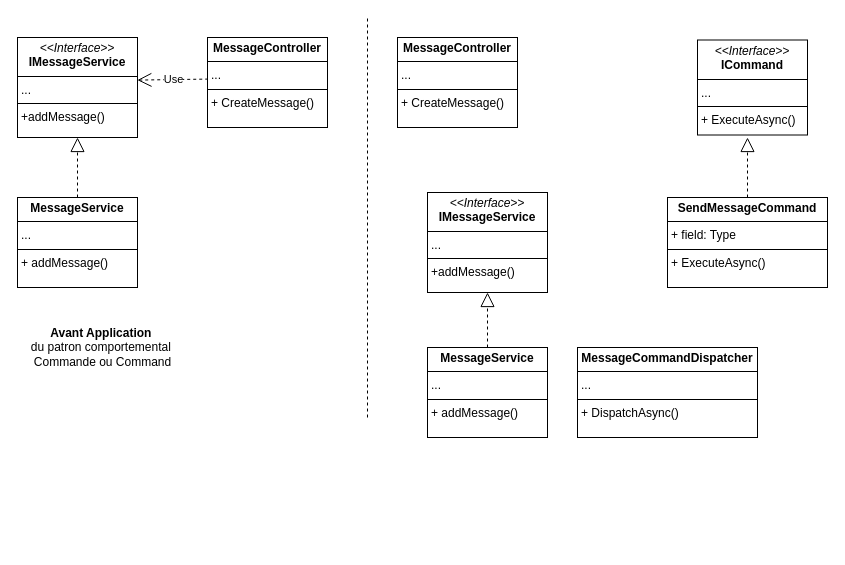
Before: Command.drawio in filali6/meeting_app, a draw.io diagram. Source tidied: cells renumbered, new cells numbered last; positions are measured from the earlier drawing's top-left corner, leaving out a move shared by most shapes. Both pictures are drawn from the tidied source at 100%, with x=0, y=0 at pixel (17, 17).
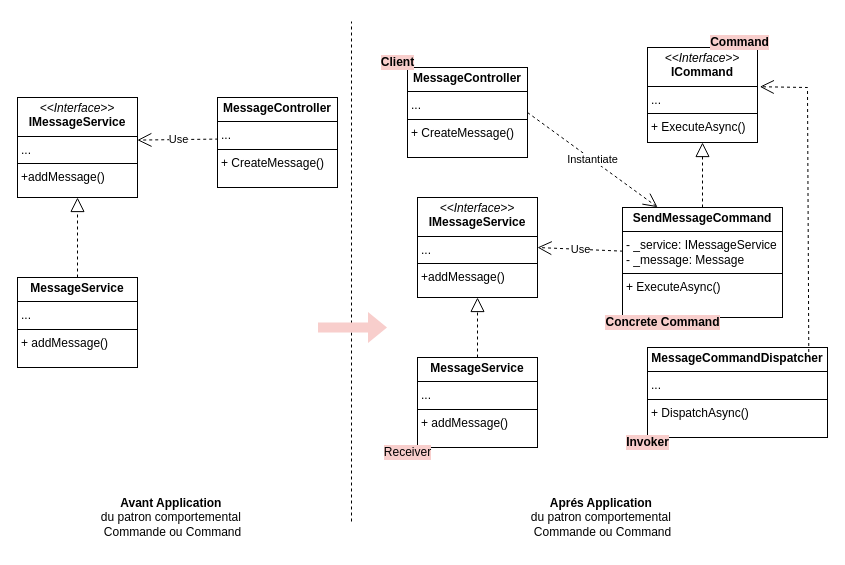
The same page after the edit.

Commit message:
Mettre à jour Command.drawio

The edit, as a diff of the source:
```diff
@@
     <mxCell id="2" value="&lt;p style=&quot;margin:0px;margin-top:4px;text-align:center;&quot;&gt;&lt;i&gt;&amp;lt;&amp;lt;Interface&amp;gt;&amp;gt;&lt;/i&gt;&lt;br&gt;&lt;b&gt;IMessageService&lt;/b&gt;&lt;/p&gt;&lt;hr size=&quot;1&quot; style=&quot;border-style:solid;&quot;&gt;&lt;p style=&quot;margin:0px;margin-left:4px;&quot;&gt;...&lt;/p&gt;&lt;hr size=&quot;1&quot; style=&quot;border-style:solid;&quot;&gt;&lt;p style=&quot;margin:0px;margin-left:4px;&quot;&gt;+addMessage()&lt;/p&gt;" style="verticalAlign=top;align=left;overflow=fill;html=1;whiteSpace=wrap;" parent="1" vertex="1">
-      <mxGeometry y="20" width="120" height="100" as="geometry" />
+      <mxGeometry y="80" width="120" height="100" as="geometry" />
     </mxCell>
     <mxCell id="3" value="&lt;p style=&quot;margin:0px;margin-top:4px;text-align:center;&quot;&gt;&lt;b&gt;MessageService&lt;/b&gt;&lt;/p&gt;&lt;hr size=&quot;1&quot; style=&quot;border-style:solid;&quot;&gt;&lt;p style=&quot;margin:0px;margin-left:4px;&quot;&gt;...&lt;/p&gt;&lt;hr size=&quot;1&quot; style=&quot;border-style:solid;&quot;&gt;&lt;p style=&quot;margin:0px;margin-left:4px;&quot;&gt;+ addMessage()&lt;/p&gt;" style="verticalAlign=top;align=left;overflow=fill;html=1;whiteSpace=wrap;" parent="1" vertex="1">
-      <mxGeometry y="180" width="120" height="90" as="geometry" />
+      <mxGeometry y="260" width="120" height="90" as="geometry" />
     </mxCell>
@@
     <mxCell id="6" value="&lt;p style=&quot;margin:0px;margin-top:4px;text-align:center;&quot;&gt;&lt;b&gt;MessageController&lt;/b&gt;&lt;/p&gt;&lt;hr size=&quot;1&quot; style=&quot;border-style:solid;&quot;&gt;&lt;p style=&quot;margin:0px;margin-left:4px;&quot;&gt;...&lt;/p&gt;&lt;hr size=&quot;1&quot; style=&quot;border-style:solid;&quot;&gt;&lt;p style=&quot;margin:0px;margin-left:4px;&quot;&gt;+ CreateMessage()&lt;/p&gt;" style="verticalAlign=top;align=left;overflow=fill;html=1;whiteSpace=wrap;" parent="1" vertex="1">
-      <mxGeometry x="190" y="20" width="120" height="90" as="geometry" />
+      <mxGeometry x="200" y="80" width="120" height="90" as="geometry" />
     </mxCell>
     <mxCell id="7" value="&lt;b&gt;Avant Application&amp;nbsp;&lt;/b&gt;&lt;br&gt;du patron comportemental&amp;nbsp;&lt;br&gt;Commande ou Command" style="text;align=center;verticalAlign=middle;strokeColor=none;fillColor=none;fontStyle=0;html=1;" parent="1" vertex="1">
-      <mxGeometry y="300" width="170" height="60" as="geometry" />
+      <mxGeometry x="70" y="470" width="170" height="60" as="geometry" />
     </mxCell>
     <mxCell id="8" style="endArrow=none;dashed=1;html=1;rounded=0;" parent="1" edge="1">
       <mxGeometry relative="1" as="geometry">
-        <mxPoint x="350" y="400" as="sourcePoint" />
-        <mxPoint x="350" as="targetPoint" />
+        <mxPoint x="334" y="504" as="sourcePoint" />
+        <mxPoint x="334" y="4" as="targetPoint" />
       </mxGeometry>
     </mxCell>
     <mxCell id="9" value="&lt;p style=&quot;margin:0px;margin-top:4px;text-align:center;&quot;&gt;&lt;b&gt;MessageController&lt;/b&gt;&lt;/p&gt;&lt;hr size=&quot;1&quot; style=&quot;border-style:solid;&quot;&gt;&lt;p style=&quot;margin:0px;margin-left:4px;&quot;&gt;...&lt;/p&gt;&lt;hr size=&quot;1&quot; style=&quot;border-style:solid;&quot;&gt;&lt;p style=&quot;margin:0px;margin-left:4px;&quot;&gt;+ CreateMessage()&lt;/p&gt;" style="verticalAlign=top;align=left;overflow=fill;html=1;whiteSpace=wrap;" parent="1" vertex="1">
-      <mxGeometry x="380" y="20" width="120" height="90" as="geometry" />
+      <mxGeometry x="390" y="50" width="120" height="90" as="geometry" />
     </mxCell>
     <mxCell id="10" value="&lt;p style=&quot;margin:0px;margin-top:4px;text-align:center;&quot;&gt;&lt;i&gt;&amp;lt;&amp;lt;Interface&amp;gt;&amp;gt;&lt;/i&gt;&lt;br&gt;&lt;b&gt;IMessageService&lt;/b&gt;&lt;/p&gt;&lt;hr size=&quot;1&quot; style=&quot;border-style:solid;&quot;&gt;&lt;p style=&quot;margin:0px;margin-left:4px;&quot;&gt;...&lt;/p&gt;&lt;hr size=&quot;1&quot; style=&quot;border-style:solid;&quot;&gt;&lt;p style=&quot;margin:0px;margin-left:4px;&quot;&gt;+addMessage()&lt;/p&gt;" style="verticalAlign=top;align=left;overflow=fill;html=1;whiteSpace=wrap;" parent="1" vertex="1">
-      <mxGeometry x="410" y="175" width="120" height="100" as="geometry" />
+      <mxGeometry x="400" y="180" width="120" height="100" as="geometry" />
     </mxCell>
     <mxCell id="11" value="&lt;p style=&quot;margin:0px;margin-top:4px;text-align:center;&quot;&gt;&lt;b&gt;MessageService&lt;/b&gt;&lt;/p&gt;&lt;hr size=&quot;1&quot; style=&quot;border-style:solid;&quot;&gt;&lt;p style=&quot;margin:0px;margin-left:4px;&quot;&gt;...&lt;/p&gt;&lt;hr size=&quot;1&quot; style=&quot;border-style:solid;&quot;&gt;&lt;p style=&quot;margin:0px;margin-left:4px;&quot;&gt;+ addMessage()&lt;/p&gt;" style="verticalAlign=top;align=left;overflow=fill;html=1;whiteSpace=wrap;" parent="1" vertex="1">
-      <mxGeometry x="410" y="330" width="120" height="90" as="geometry" />
+      <mxGeometry x="400" y="340" width="120" height="90" as="geometry" />
     </mxCell>
     <mxCell id="12" value="&lt;p style=&quot;margin:0px;margin-top:4px;text-align:center;&quot;&gt;&lt;i&gt;&amp;lt;&amp;lt;Interface&amp;gt;&amp;gt;&lt;/i&gt;&lt;br&gt;&lt;b&gt;ICommand&lt;/b&gt;&lt;/p&gt;&lt;hr size=&quot;1&quot; style=&quot;border-style:solid;&quot;&gt;&lt;p style=&quot;margin:0px;margin-left:4px;&quot;&gt;...&lt;/p&gt;&lt;hr size=&quot;1&quot; style=&quot;border-style:solid;&quot;&gt;&lt;p style=&quot;margin:0px;margin-left:4px;&quot;&gt;+&amp;nbsp;&lt;span style=&quot;background-color: transparent; color: light-dark(rgb(0, 0, 0), rgb(255, 255, 255));&quot;&gt;ExecuteAsync()&lt;/span&gt;&lt;/p&gt;" style="verticalAlign=top;align=left;overflow=fill;html=1;whiteSpace=wrap;" parent="1" vertex="1">
-      <mxGeometry x="680" y="22.5" width="110" height="95" as="geometry" />
+      <mxGeometry x="630" y="30" width="110" height="95" as="geometry" />
     </mxCell>
-    <mxCell id="13" value="&lt;p style=&quot;margin:0px;margin-top:4px;text-align:center;&quot;&gt;&lt;b&gt;SendMessageCommand&lt;/b&gt;&lt;/p&gt;&lt;hr size=&quot;1&quot; style=&quot;border-style:solid;&quot;&gt;&lt;p style=&quot;margin:0px;margin-left:4px;&quot;&gt;+ field: Type&lt;/p&gt;&lt;hr size=&quot;1&quot; style=&quot;border-style:solid;&quot;&gt;&lt;p style=&quot;margin:0px;margin-left:4px;&quot;&gt;+ ExecuteAsync()&amp;nbsp;&lt;/p&gt;" style="verticalAlign=top;align=left;overflow=fill;html=1;whiteSpace=wrap;" parent="1" vertex="1">
-      <mxGeometry x="650" y="180" width="160" height="90" as="geometry" />
+    <mxCell id="13" value="&lt;p style=&quot;margin:0px;margin-top:4px;text-align:center;&quot;&gt;&lt;b&gt;SendMessageCommand&lt;/b&gt;&lt;/p&gt;&lt;hr size=&quot;1&quot; style=&quot;border-style:solid;&quot;&gt;&lt;p style=&quot;margin:0px;margin-left:4px;&quot;&gt;- _service: IMessageService&lt;/p&gt;&lt;p style=&quot;margin:0px;margin-left:4px;&quot;&gt;- _message: Message&lt;/p&gt;&lt;hr size=&quot;1&quot; style=&quot;border-style:solid;&quot;&gt;&lt;p style=&quot;margin:0px;margin-left:4px;&quot;&gt;+ ExecuteAsync()&amp;nbsp;&lt;/p&gt;" style="verticalAlign=top;align=left;overflow=fill;html=1;whiteSpace=wrap;" parent="1" vertex="1">
+      <mxGeometry x="605" y="190" width="160" height="110" as="geometry" />
     </mxCell>
     <mxCell id="14" value="&lt;p style=&quot;margin:0px;margin-top:4px;text-align:center;&quot;&gt;&lt;b&gt;MessageCommandDispatcher&lt;/b&gt;&lt;/p&gt;&lt;hr size=&quot;1&quot; style=&quot;border-style:solid;&quot;&gt;&lt;p style=&quot;margin:0px;margin-left:4px;&quot;&gt;...&lt;/p&gt;&lt;hr size=&quot;1&quot; style=&quot;border-style:solid;&quot;&gt;&lt;p style=&quot;margin:0px;margin-left:4px;&quot;&gt;+ DispatchAsync()&lt;/p&gt;" style="verticalAlign=top;align=left;overflow=fill;html=1;whiteSpace=wrap;" parent="1" vertex="1">
-      <mxGeometry x="560" y="330" width="180" height="90" as="geometry" />
+      <mxGeometry x="630" y="330" width="180" height="90" as="geometry" />
     </mxCell>
-    <mxCell id="15" style="endArrow=block;dashed=1;endFill=0;endSize=12;html=1;rounded=0;exitX=0.5;exitY=0;exitDx=0;exitDy=0;" parent="1" edge="1" source="13">
-      <mxGeometry relative="1" as="geometry">
-        <mxPoint x="730" y="120" as="targetPoint" />
-      </mxGeometry>
+    <mxCell id="15" style="endArrow=block;dashed=1;endFill=0;endSize=12;html=1;rounded=0;exitX=0.5;exitY=0;exitDx=0;exitDy=0;entryX=0.5;entryY=1;entryDx=0;entryDy=0;" parent="1" edge="1" source="13" target="12">
+      <mxGeometry relative="1" as="geometry" />
     </mxCell>
@@
+    <mxCell id="17" value="Use" style="endArrow=open;endSize=12;dashed=1;html=1;rounded=0;exitX=0.003;exitY=0.397;exitDx=0;exitDy=0;exitPerimeter=0;entryX=1;entryY=0.5;entryDx=0;entryDy=0;" parent="1" edge="1" source="13" target="10">
+      <mxGeometry relative="1" as="geometry" />
+    </mxCell>
+    <mxCell id="18" value="Instantiate" style="endArrow=open;endSize=12;dashed=1;html=1;rounded=0;exitX=1;exitY=0.5;exitDx=0;exitDy=0;entryX=0.219;entryY=-0.003;entryDx=0;entryDy=0;entryPerimeter=0;" parent="1" edge="1" source="9" target="13">
+      <mxGeometry relative="1" as="geometry" />
+    </mxCell>
+    <mxCell id="19" style="endArrow=open;endSize=12;dashed=1;html=1;rounded=0;exitX=0.896;exitY=0.05;exitDx=0;exitDy=0;exitPerimeter=0;entryX=1.021;entryY=0.413;entryDx=0;entryDy=0;entryPerimeter=0;" parent="1" edge="1" source="14" target="12">
+      <mxGeometry x="-0.08" y="26" relative="1" as="geometry">
+        <Array as="points">
+          <mxPoint x="790" y="70" />
+        </Array>
+      </mxGeometry>
+    </mxCell>
+    <mxCell id="20" value="&lt;b&gt;Aprés Application&amp;nbsp;&lt;/b&gt;&lt;br&gt;du patron comportemental&amp;nbsp;&lt;br&gt;Commande ou Command" style="text;align=center;verticalAlign=middle;strokeColor=none;fillColor=none;fontStyle=0;html=1;" parent="1" vertex="1">
+      <mxGeometry x="500" y="470" width="170" height="60" as="geometry" />
+    </mxCell>
+    <mxCell id="21" style="shape=flexArrow;endArrow=classic;html=1;rounded=0;fillColor=#f8cecc;strokeColor=none;" parent="1" edge="1">
+      <mxGeometry relative="1" as="geometry">
+        <mxPoint x="300" y="310" as="sourcePoint" />
+        <mxPoint x="370" y="310" as="targetPoint" />
+      </mxGeometry>
+    </mxCell>
+    <mxCell id="22" value="Command" style="text;html=1;align=center;verticalAlign=middle;strokeColor=none;fillColor=none;labelBackgroundColor=#F8CECC;fontStyle=1;" parent="1" vertex="1">
+      <mxGeometry x="682" y="10" width="80" height="30" as="geometry" />
+    </mxCell>
+    <mxCell id="23" value="Client" style="text;html=1;align=center;verticalAlign=middle;strokeColor=none;fillColor=none;fontStyle=1;labelBackgroundColor=#F8CECC;" parent="1" vertex="1">
+      <mxGeometry x="355" y="30" width="50" height="30" as="geometry" />
+    </mxCell>
+    <mxCell id="24" value="Concrete Command" style="text;html=1;align=center;verticalAlign=middle;strokeColor=none;fillColor=none;fontStyle=1;labelBackgroundColor=#F8CECC;" parent="1" vertex="1">
+      <mxGeometry x="580" y="290" width="130" height="30" as="geometry" />
+    </mxCell>
+    <mxCell id="25" value="Invoker" style="text;html=1;align=center;verticalAlign=middle;strokeColor=none;fillColor=none;labelBackgroundColor=#F8CECC;fontStyle=1;" parent="1" vertex="1">
+      <mxGeometry x="600" y="410" width="60" height="30" as="geometry" />
+    </mxCell>
+    <mxCell id="26" value="Receiver" style="text;html=1;align=center;verticalAlign=middle;strokeColor=none;fillColor=none;labelBackgroundColor=#F8CECC;" parent="1" vertex="1">
+      <mxGeometry x="355" y="420" width="70" height="30" as="geometry" />
+    </mxCell>
```
